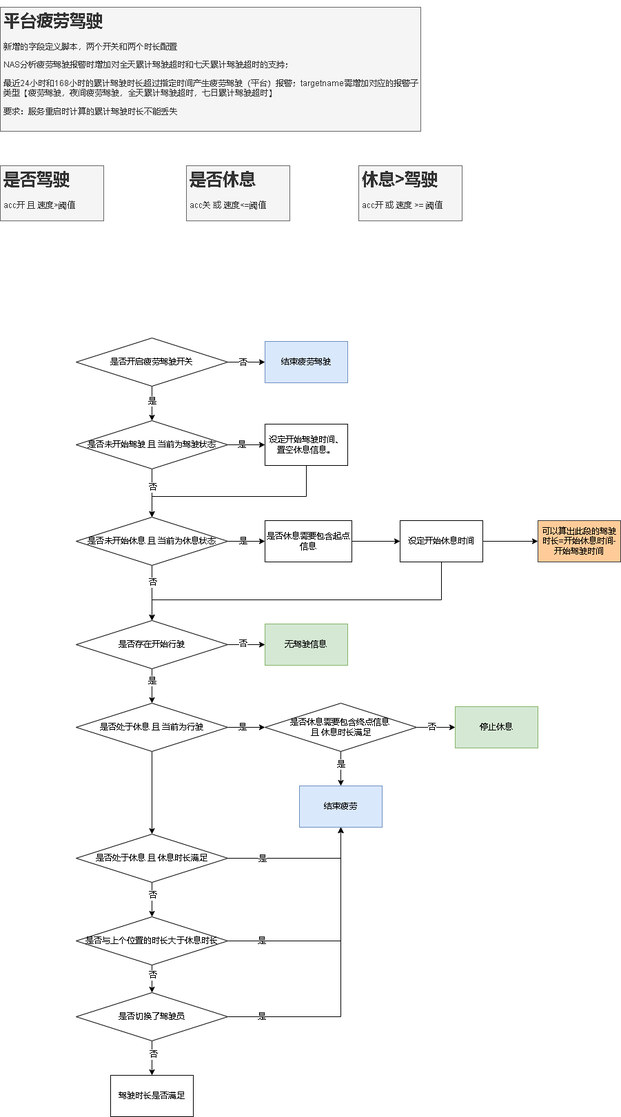
The draw.io diagram 平台疲劳驾驶.drawio.png in xktder/draw, before a commit. Source tidied: cells renumbered, new cells last; positions are measured from the earlier drawing's top-left corner, leaving out a move shared by most shapes.
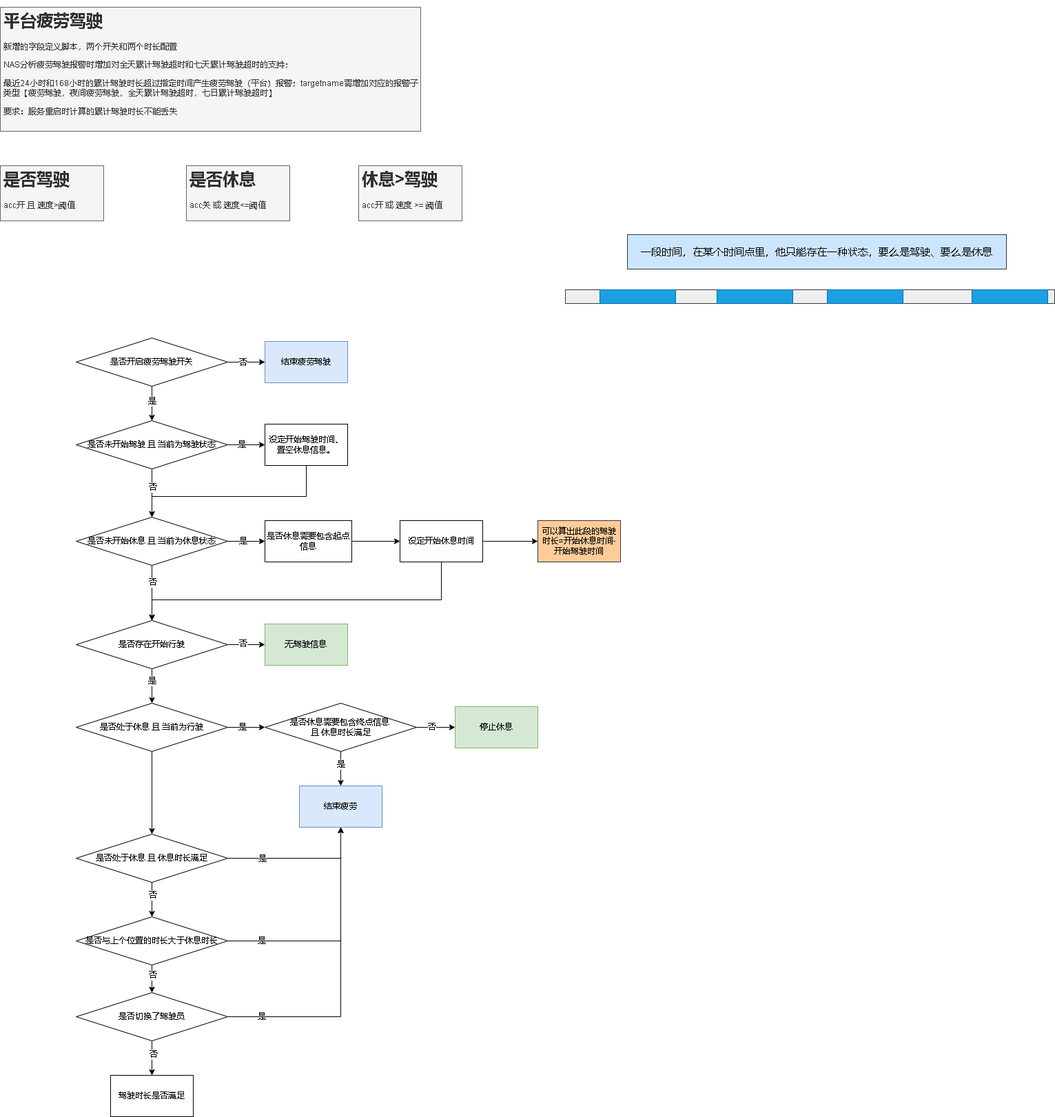
Above is the later version.

Commit message:
更新平台疲劳驾驶.drawio.png

Diff of the diagram source:
```diff
@@ -201,5 +201,23 @@
     <mxCell id="62" value="可以算出此段的驾驶时长=开始休息时间-开始驾驶时间" style="whiteSpace=wrap;html=1;fillColor=#ffcc99;strokeColor=#36393d;" parent="1" vertex="1">
       <mxGeometry x="780" y="745" width="120" height="60" as="geometry" />
     </mxCell>
+    <mxCell id="63" style="rounded=0;whiteSpace=wrap;html=1;fillColor=#eeeeee;strokeColor=#36393d;" parent="1" vertex="1">
+      <mxGeometry x="820" y="410" width="710" height="20" as="geometry" />
+    </mxCell>
+    <mxCell id="64" value="&lt;font style=&quot;font-size: 15px;&quot;&gt;一段时间，在某个时间点里，他只能存在一种状态，要么是驾驶、要么是休息&lt;/font&gt;" style="text;html=1;strokeColor=#36393d;fillColor=#cce5ff;align=center;verticalAlign=middle;whiteSpace=wrap;rounded=0;" parent="1" vertex="1">
+      <mxGeometry x="910" y="330" width="550" height="50" as="geometry" />
+    </mxCell>
+    <mxCell id="65" style="rounded=0;whiteSpace=wrap;html=1;fontSize=15;fillColor=#1ba1e2;strokeColor=#006EAF;fontColor=#ffffff;" parent="1" vertex="1">
+      <mxGeometry x="870" y="410" width="110" height="20" as="geometry" />
+    </mxCell>
+    <mxCell id="66" style="rounded=0;whiteSpace=wrap;html=1;fontSize=15;fillColor=#1ba1e2;strokeColor=#006EAF;fontColor=#ffffff;" parent="1" vertex="1">
+      <mxGeometry x="1040" y="410" width="110" height="20" as="geometry" />
+    </mxCell>
+    <mxCell id="67" style="rounded=0;whiteSpace=wrap;html=1;fontSize=15;fillColor=#1ba1e2;strokeColor=#006EAF;fontColor=#ffffff;" parent="1" vertex="1">
+      <mxGeometry x="1200" y="410" width="110" height="20" as="geometry" />
+    </mxCell>
+    <mxCell id="68" style="rounded=0;whiteSpace=wrap;html=1;fontSize=15;fillColor=#1ba1e2;strokeColor=#006EAF;fontColor=#ffffff;" parent="1" vertex="1">
+      <mxGeometry x="1410" y="410" width="110" height="20" as="geometry" />
+    </mxCell>
   </root>
 </mxGraphModel>
```
